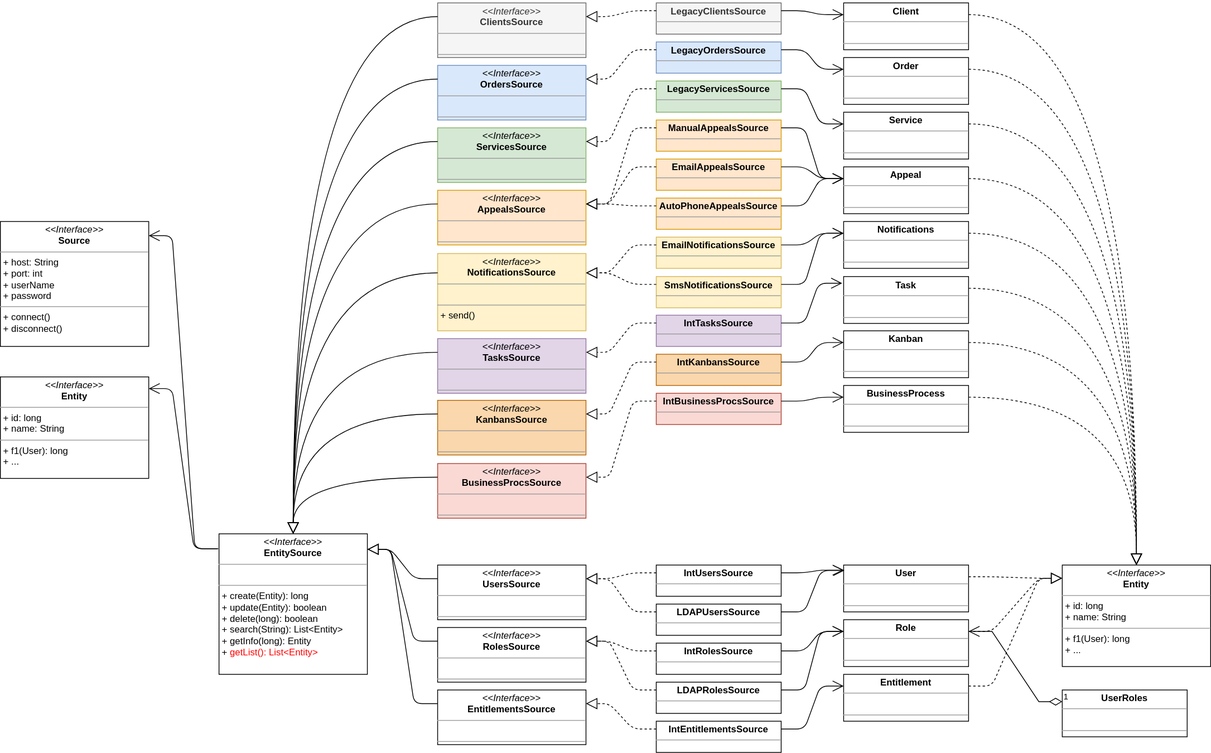
This is ClassDiagram.svg from LordOfPhys/project_x, a draw.io export, as it was before one commit. Source tidied: cells renumbered, new cells last; positions are measured from the earlier drawing's top-left corner, leaving out a move shared by most shapes.
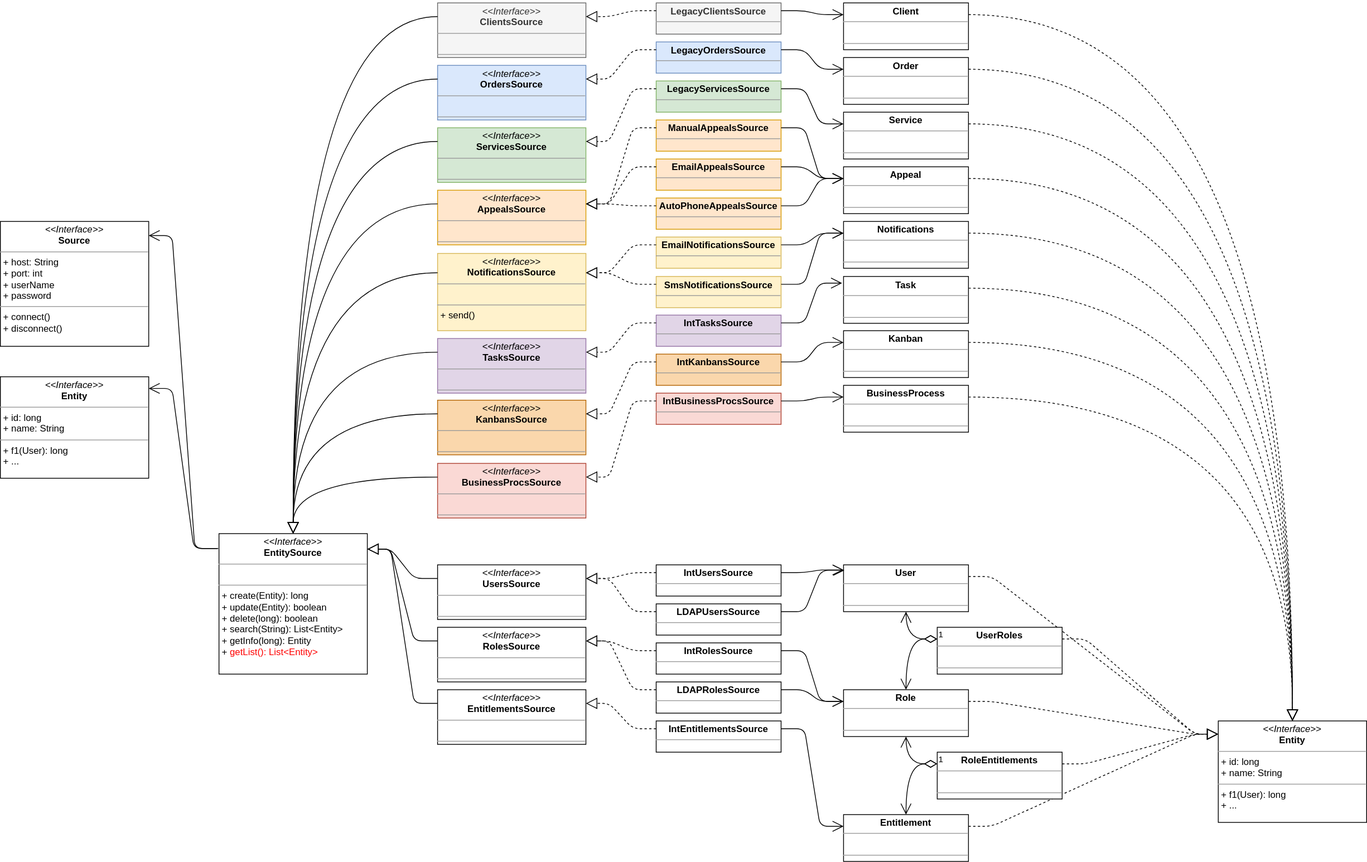
The same file after the commit.

What changed in the source:
```diff
@@ -78,7 +78,7 @@
       <mxGeometry relative="1" as="geometry" />
     </mxCell>
     <mxCell id="27" value="&lt;p style=&quot;margin: 0px ; margin-top: 4px ; text-align: center&quot;&gt;&lt;i&gt;&amp;lt;&amp;lt;Interface&amp;gt;&amp;gt;&lt;/i&gt;&lt;br&gt;&lt;b&gt;Entity&lt;/b&gt;&lt;/p&gt;&lt;hr size=&quot;1&quot;&gt;&lt;p style=&quot;margin: 0px ; margin-left: 4px&quot;&gt;+ id: long&lt;/p&gt;&lt;p style=&quot;margin: 0px ; margin-left: 4px&quot;&gt;+ name: String&lt;/p&gt;&lt;hr size=&quot;1&quot;&gt;&lt;p style=&quot;margin: 0px ; margin-left: 4px&quot;&gt;&lt;span&gt;+ f1(User): long&lt;/span&gt;&lt;br&gt;&lt;/p&gt;&lt;p style=&quot;margin: 0px ; margin-left: 4px&quot;&gt;+ ...&lt;/p&gt;&lt;p style=&quot;margin: 0px ; margin-left: 4px&quot;&gt;&lt;br&gt;&lt;/p&gt;&lt;p style=&quot;margin: 0px ; margin-left: 4px&quot;&gt;&lt;br&gt;&lt;/p&gt;" style="verticalAlign=top;align=left;overflow=fill;fontSize=12;fontFamily=Helvetica;html=1;points=[[0,0,0,0,0],[0,0.13,0,0,0],[0,0.25,0,0,0],[0,0.5,0,0,0],[0,0.75,0,0,0],[0,1,0,0,0],[0.25,0,0,0,0],[0.25,1,0,0,0],[0.5,0,0,0,0],[0.5,1,0,0,0],[0.75,0,0,0,0],[0.75,1,0,0,0],[1,0,0,0,0],[1,0.25,0,0,0],[1,0.5,0,0,0],[1,0.75,0,0,0],[1,1,0,0,0]];" parent="1" vertex="1">
-      <mxGeometry x="1360" y="720" width="190" height="130" as="geometry" />
+      <mxGeometry x="1560" y="920" width="190" height="130" as="geometry" />
     </mxCell>
     <mxCell id="28" style="endArrow=block;dashed=1;endFill=0;endSize=12;html=1;entryX=0.5;entryY=0;entryDx=0;entryDy=0;exitX=1;exitY=0.25;exitDx=0;exitDy=0;edgeStyle=orthogonalEdgeStyle;curved=1;" parent="1" edge="1" source="10" target="27">
       <mxGeometry relative="1" as="geometry" />
@@ -276,7 +276,7 @@
       <mxGeometry relative="1" as="geometry" />
     </mxCell>
     <mxCell id="93" value="&lt;p style=&quot;margin: 0px ; margin-top: 4px ; text-align: center&quot;&gt;&lt;b&gt;Role&lt;/b&gt;&lt;/p&gt;&lt;hr size=&quot;1&quot;&gt;&lt;p style=&quot;margin: 0px ; margin-left: 4px&quot;&gt;&lt;br&gt;&lt;/p&gt;&lt;hr size=&quot;1&quot;&gt;&lt;p style=&quot;margin: 0px ; margin-left: 4px&quot;&gt;&lt;br&gt;&lt;/p&gt;" style="verticalAlign=top;align=left;overflow=fill;fontSize=12;fontFamily=Helvetica;html=1;" parent="1" vertex="1">
-      <mxGeometry x="1080" y="790" width="160" height="60" as="geometry" />
+      <mxGeometry x="1080" y="880" width="160" height="60" as="geometry" />
     </mxCell>
     <mxCell id="94" style="endArrow=open;endFill=1;endSize=12;html=1;exitX=1;exitY=0.25;exitDx=0;exitDy=0;edgeStyle=entityRelationEdgeStyle;entryX=0;entryY=0.25;entryDx=0;entryDy=0;" parent="1" edge="1" source="87" target="93">
       <mxGeometry relative="1" as="geometry" />
@@ -285,7 +285,7 @@
       <mxGeometry relative="1" as="geometry" />
     </mxCell>
     <mxCell id="96" value="&lt;p style=&quot;margin: 0px ; margin-top: 4px ; text-align: center&quot;&gt;&lt;b&gt;Entitlement&lt;/b&gt;&lt;/p&gt;&lt;hr size=&quot;1&quot;&gt;&lt;p style=&quot;margin: 0px ; margin-left: 4px&quot;&gt;&lt;br&gt;&lt;/p&gt;&lt;hr size=&quot;1&quot;&gt;&lt;p style=&quot;margin: 0px ; margin-left: 4px&quot;&gt;&lt;br&gt;&lt;/p&gt;" style="verticalAlign=top;align=left;overflow=fill;fontSize=12;fontFamily=Helvetica;html=1;" parent="1" vertex="1">
-      <mxGeometry x="1080" y="860" width="160" height="60" as="geometry" />
+      <mxGeometry x="1080" y="1040" width="160" height="60" as="geometry" />
     </mxCell>
     <mxCell id="97" style="endArrow=open;endFill=1;endSize=12;html=1;exitX=1;exitY=0.25;exitDx=0;exitDy=0;edgeStyle=entityRelationEdgeStyle;entryX=0;entryY=0.25;entryDx=0;entryDy=0;" parent="1" edge="1" source="91" target="96">
       <mxGeometry relative="1" as="geometry" />
@@ -297,10 +297,28 @@
       <mxGeometry relative="1" as="geometry" />
     </mxCell>
     <mxCell id="100" value="&lt;p style=&quot;margin: 0px ; margin-top: 4px ; text-align: center&quot;&gt;&lt;b&gt;UserRoles&lt;/b&gt;&lt;/p&gt;&lt;hr size=&quot;1&quot;&gt;&lt;p style=&quot;margin: 0px ; margin-left: 4px&quot;&gt;&lt;br&gt;&lt;/p&gt;&lt;hr size=&quot;1&quot;&gt;&lt;p style=&quot;margin: 0px ; margin-left: 4px&quot;&gt;&lt;br&gt;&lt;/p&gt;" style="verticalAlign=top;align=left;overflow=fill;fontSize=12;fontFamily=Helvetica;html=1;" parent="1" vertex="1">
-      <mxGeometry x="1360" y="880" width="160" height="60" as="geometry" />
+      <mxGeometry x="1200" y="800" width="160" height="60" as="geometry" />
     </mxCell>
-    <mxCell id="101" value="1" style="endArrow=open;html=1;endSize=12;startArrow=diamondThin;startSize=14;startFill=0;edgeStyle=entityRelationEdgeStyle;align=left;verticalAlign=bottom;rounded=0;exitX=0;exitY=0.25;exitDx=0;exitDy=0;entryX=1;entryY=0.25;entryDx=0;entryDy=0;" parent="1" edge="1" source="100" target="93">
+    <mxCell id="101" value="1" style="endArrow=open;html=1;endSize=12;startArrow=diamondThin;startSize=14;startFill=0;edgeStyle=orthogonalEdgeStyle;align=left;verticalAlign=bottom;rounded=0;exitX=0;exitY=0.25;exitDx=0;exitDy=0;entryX=0.5;entryY=0;entryDx=0;entryDy=0;elbow=vertical;curved=1;" parent="1" edge="1" source="100" target="93">
       <mxGeometry x="-1" y="3" relative="1" as="geometry" />
     </mxCell>
+    <mxCell id="102" value="1" style="endArrow=open;html=1;endSize=12;startArrow=diamondThin;startSize=14;startFill=0;edgeStyle=orthogonalEdgeStyle;align=left;verticalAlign=bottom;rounded=0;exitX=0;exitY=0.25;exitDx=0;exitDy=0;entryX=0.5;entryY=1;entryDx=0;entryDy=0;elbow=vertical;curved=1;" parent="1" edge="1" source="100" target="9">
+      <mxGeometry x="-1" y="3" relative="1" as="geometry" />
+    </mxCell>
+    <mxCell id="103" value="&lt;p style=&quot;margin: 0px ; margin-top: 4px ; text-align: center&quot;&gt;&lt;b&gt;RoleEntitlements&lt;/b&gt;&lt;/p&gt;&lt;hr size=&quot;1&quot;&gt;&lt;p style=&quot;margin: 0px ; margin-left: 4px&quot;&gt;&lt;br&gt;&lt;/p&gt;&lt;hr size=&quot;1&quot;&gt;&lt;p style=&quot;margin: 0px ; margin-left: 4px&quot;&gt;&lt;br&gt;&lt;/p&gt;" style="verticalAlign=top;align=left;overflow=fill;fontSize=12;fontFamily=Helvetica;html=1;" parent="1" vertex="1">
+      <mxGeometry x="1200" y="960" width="160" height="60" as="geometry" />
+    </mxCell>
+    <mxCell id="104" value="1" style="endArrow=open;html=1;endSize=12;startArrow=diamondThin;startSize=14;startFill=0;edgeStyle=orthogonalEdgeStyle;align=left;verticalAlign=bottom;rounded=0;exitX=0;exitY=0.25;exitDx=0;exitDy=0;entryX=0.5;entryY=1;entryDx=0;entryDy=0;elbow=vertical;curved=1;" parent="1" edge="1" source="103" target="93">
+      <mxGeometry x="-1" y="3" relative="1" as="geometry" />
+    </mxCell>
+    <mxCell id="105" value="1" style="endArrow=open;html=1;endSize=12;startArrow=diamondThin;startSize=14;startFill=0;edgeStyle=orthogonalEdgeStyle;align=left;verticalAlign=bottom;rounded=0;exitX=0;exitY=0.25;exitDx=0;exitDy=0;entryX=0.5;entryY=0;entryDx=0;entryDy=0;elbow=vertical;curved=1;" parent="1" edge="1" source="103" target="96">
+      <mxGeometry x="-1" y="3" relative="1" as="geometry" />
+    </mxCell>
+    <mxCell id="106" style="endArrow=block;dashed=1;endFill=0;endSize=12;html=1;exitX=1;exitY=0.25;exitDx=0;exitDy=0;edgeStyle=entityRelationEdgeStyle;entryX=0;entryY=0.13;entryDx=0;entryDy=0;entryPerimeter=0;" parent="1" edge="1" source="103" target="27">
+      <mxGeometry relative="1" as="geometry" />
+    </mxCell>
+    <mxCell id="107" style="endArrow=block;dashed=1;endFill=0;endSize=12;html=1;exitX=1;exitY=0.25;exitDx=0;exitDy=0;edgeStyle=entityRelationEdgeStyle;entryX=0;entryY=0.13;entryDx=0;entryDy=0;entryPerimeter=0;" parent="1" edge="1" source="100" target="27">
+      <mxGeometry relative="1" as="geometry" />
+    </mxCell>
   </root>
 </mxGraphModel>
```
